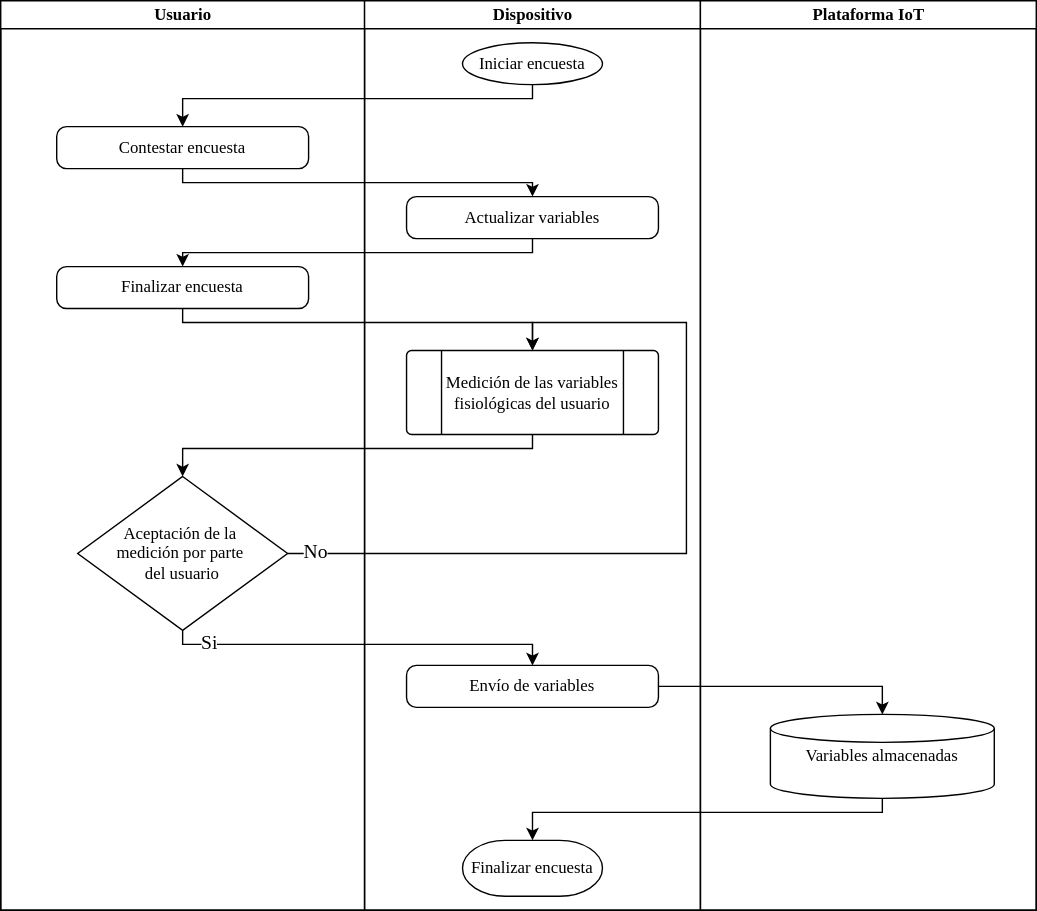
The draw.io diagram Imagenes/Iniciar_encuesta.svg in JulioLanda4/ComfortWearable, before a commit. Source tidied: cells renumbered, new cells last; positions are measured from the earlier drawing's top-left corner, leaving out a move shared by most shapes. The source it was exported from:
```xml
<mxGraphModel>
  <root>
    <mxCell id="0" />
    <mxCell id="1" parent="0" />
    <mxCell id="2" style="swimlane;startSize=0;html=1;" parent="1" vertex="1">
      <mxGeometry width="740" height="650" as="geometry" />
    </mxCell>
    <mxCell id="3" value="&lt;font face=&quot;calibri&quot;&gt;Usuario&lt;/font&gt;" style="swimlane;startSize=20;html=1;fontFamily=Calibri;fontSource=https%3A%2F%2Ffonts.googleapis.com%2Fcss%3Ffamily%3DCalibri;" parent="2" vertex="1">
      <mxGeometry width="260" height="650" as="geometry" />
    </mxCell>
    <mxCell id="4" value="&lt;font face=&quot;calibri&quot;&gt;Contestar encuesta&lt;span style=&quot;color: rgba(0, 0, 0, 0); font-size: 0px; text-align: start; text-wrap-mode: nowrap;&quot;&gt;%3CmxGraphModel%3E%3Croot%3E%3CmxCell%20id%3D%220%22%2F%3E%3CmxCell%20id%3D%221%22%20parent%3D%220%22%2F%3E%3CmxCell%20id%3D%222%22%20value%3D%22Click%20para%20iniciar%20encuesta%22%20style%3D%22rounded%3D1%3BwhiteSpace%3Dwrap%3Bhtml%3D1%3BabsoluteArcSize%3D1%3BarcSize%3D14%3BstrokeWidth%3D2%3B%22%20vertex%3D%221%22%20parent%3D%221%22%3E%3CmxGeometry%20x%3D%22110%22%20y%3D%22220%22%20width%3D%22200%22%20height%3D%2230%22%20as%3D%22geometry%22%2F%3E%3C%2FmxCell%3E%3C%2Froot%3E%3C%2FmxGraphModel%3E&lt;/span&gt;&lt;/font&gt;" style="rounded=1;whiteSpace=wrap;html=1;absoluteArcSize=1;arcSize=14;strokeWidth=1;" parent="3" vertex="1">
      <mxGeometry x="40" y="90" width="180" height="30" as="geometry" />
    </mxCell>
    <mxCell id="5" value="&lt;font face=&quot;calibri&quot;&gt;Finalizar encuesta&lt;/font&gt;" style="rounded=1;whiteSpace=wrap;html=1;absoluteArcSize=1;arcSize=14;strokeWidth=1;fontStyle=0;" parent="3" vertex="1">
      <mxGeometry x="40" y="190" width="180" height="30" as="geometry" />
    </mxCell>
    <mxCell id="6" value="&lt;font face=&quot;calibri&quot;&gt;Aceptación de la&amp;nbsp;&lt;/font&gt;&lt;div&gt;&lt;font face=&quot;calibri&quot;&gt;medición por parte&amp;nbsp;&lt;/font&gt;&lt;/div&gt;&lt;div&gt;&lt;font face=&quot;calibri&quot;&gt;del usuario&lt;/font&gt;&lt;/div&gt;" style="strokeWidth=1;html=1;shape=mxgraph.flowchart.decision;whiteSpace=wrap;" parent="3" vertex="1">
      <mxGeometry x="55" y="340" width="150" height="110" as="geometry" />
    </mxCell>
    <mxCell id="7" value="&lt;font face=&quot;calibri&quot;&gt;Dispositivo&lt;/font&gt;" style="swimlane;startSize=20;html=1;" parent="2" vertex="1">
      <mxGeometry x="260" width="240" height="650" as="geometry" />
    </mxCell>
    <mxCell id="8" value="Iniciar encuesta" style="strokeWidth=1;html=1;shape=mxgraph.flowchart.start_1;whiteSpace=wrap;fontFamily=calibri;fontSource=https%3A%2F%2Ffonts.googleapis.com%2Fcss%3Ffamily%3Dcalibri;" parent="7" vertex="1">
      <mxGeometry x="70" y="30" width="100" height="30" as="geometry" />
    </mxCell>
    <mxCell id="9" value="&lt;font face=&quot;calibri&quot;&gt;Medición de las variables fisiológicas del usuario&lt;/font&gt;" style="verticalLabelPosition=middle;verticalAlign=middle;html=1;shape=process;whiteSpace=wrap;rounded=1;size=0.14;arcSize=6;horizontal=1;align=center;labelPosition=center;strokeWidth=1;" parent="7" vertex="1">
      <mxGeometry x="30" y="250" width="180" height="60" as="geometry" />
    </mxCell>
    <mxCell id="10" value="&lt;font face=&quot;calibri&quot;&gt;Envío de variables&lt;/font&gt;" style="rounded=1;whiteSpace=wrap;html=1;absoluteArcSize=1;arcSize=14;strokeWidth=1;" parent="7" vertex="1">
      <mxGeometry x="30" y="475" width="180" height="30" as="geometry" />
    </mxCell>
    <mxCell id="11" value="&lt;font face=&quot;calibri&quot;&gt;Finalizar encuesta&lt;/font&gt;" style="strokeWidth=1;html=1;shape=mxgraph.flowchart.terminator;whiteSpace=wrap;" parent="7" vertex="1">
      <mxGeometry x="70" y="600" width="100" height="40" as="geometry" />
    </mxCell>
    <mxCell id="12" style="edgeStyle=orthogonalEdgeStyle;rounded=0;jettySize=auto;html=1;entryX=0.5;entryY=0;entryDx=0;entryDy=0;" parent="7" edge="1" target="9">
      <mxGeometry relative="1" as="geometry">
        <mxPoint x="-130" y="220" as="sourcePoint" />
        <Array as="points">
          <mxPoint x="-130" y="230" />
          <mxPoint x="120" y="230" />
        </Array>
      </mxGeometry>
    </mxCell>
    <mxCell id="13" value="No" style="edgeStyle=orthogonalEdgeStyle;rounded=0;jettySize=auto;html=1;fontFamily=calibri;fontSource=https%3A%2F%2Ffonts.googleapis.com%2Fcss%3Ffamily%3Dcalibri;fontSize=14;exitX=1;exitY=0.5;exitDx=0;exitDy=0;exitPerimeter=0;" parent="7" edge="1" source="6">
      <mxGeometry x="-0.93" relative="1" as="geometry">
        <mxPoint x="120" y="250" as="targetPoint" />
        <Array as="points">
          <mxPoint x="230" y="395" />
          <mxPoint x="230" y="230" />
          <mxPoint x="120" y="230" />
        </Array>
      </mxGeometry>
    </mxCell>
    <mxCell id="14" value="&lt;font face=&quot;calibri&quot;&gt;Actualizar variables&lt;/font&gt;" style="rounded=1;whiteSpace=wrap;html=1;absoluteArcSize=1;arcSize=14;strokeWidth=1;" parent="7" vertex="1">
      <mxGeometry x="30" y="140" width="180" height="30" as="geometry" />
    </mxCell>
    <mxCell id="15" value="&lt;font face=&quot;calibri&quot;&gt;Plataforma IoT&lt;/font&gt;" style="swimlane;startSize=20;html=1;" parent="2" vertex="1">
      <mxGeometry x="500" width="240" height="650" as="geometry" />
    </mxCell>
    <mxCell id="16" value="&lt;font face=&quot;calibri&quot;&gt;Variables almacenadas&lt;/font&gt;" style="strokeWidth=1;html=1;shape=mxgraph.flowchart.database;whiteSpace=wrap;" parent="15" vertex="1">
      <mxGeometry x="50" y="510" width="160" height="60" as="geometry" />
    </mxCell>
    <mxCell id="17" style="edgeStyle=orthogonalEdgeStyle;rounded=0;jettySize=auto;html=1;exitX=0.5;exitY=1;exitDx=0;exitDy=0;exitPerimeter=0;entryX=0.5;entryY=0;entryDx=0;entryDy=0;" parent="2" edge="1" source="8" target="4">
      <mxGeometry relative="1" as="geometry">
        <Array as="points">
          <mxPoint x="380" y="70" />
          <mxPoint x="130" y="70" />
        </Array>
      </mxGeometry>
    </mxCell>
    <mxCell id="18" style="edgeStyle=orthogonalEdgeStyle;rounded=0;jettySize=auto;html=1;exitX=0.5;exitY=1;exitDx=0;exitDy=0;entryX=0.5;entryY=0;entryDx=0;entryDy=0;entryPerimeter=0;" parent="2" edge="1" source="9" target="6">
      <mxGeometry relative="1" as="geometry">
        <Array as="points">
          <mxPoint x="380" y="320" />
          <mxPoint x="130" y="320" />
        </Array>
      </mxGeometry>
    </mxCell>
    <mxCell id="19" value="Si" style="edgeStyle=orthogonalEdgeStyle;rounded=0;jettySize=auto;html=1;exitX=0.5;exitY=1;exitDx=0;exitDy=0;exitPerimeter=0;entryX=0.5;entryY=0;entryDx=0;entryDy=0;fontFamily=calibri;fontSource=https%3A%2F%2Ffonts.googleapis.com%2Fcss%3Ffamily%3Dcalibri;fontSize=14;" parent="2" edge="1" source="6" target="10">
      <mxGeometry x="-0.79" relative="1" as="geometry">
        <Array as="points">
          <mxPoint x="130" y="460" />
          <mxPoint x="380" y="460" />
        </Array>
      </mxGeometry>
    </mxCell>
    <mxCell id="20" style="edgeStyle=orthogonalEdgeStyle;rounded=0;jettySize=auto;html=1;exitX=0.5;exitY=1;exitDx=0;exitDy=0;exitPerimeter=0;entryX=0.5;entryY=0;entryDx=0;entryDy=0;entryPerimeter=0;" parent="2" edge="1" source="16" target="11">
      <mxGeometry relative="1" as="geometry">
        <Array as="points">
          <mxPoint x="630" y="580" />
          <mxPoint x="380" y="580" />
        </Array>
      </mxGeometry>
    </mxCell>
    <mxCell id="21" style="edgeStyle=orthogonalEdgeStyle;rounded=0;jettySize=auto;html=1;entryX=0.5;entryY=0;entryDx=0;entryDy=0;entryPerimeter=0;" parent="2" edge="1" source="10" target="16">
      <mxGeometry relative="1" as="geometry">
        <Array as="points">
          <mxPoint x="630" y="490" />
        </Array>
      </mxGeometry>
    </mxCell>
    <mxCell id="22" style="edgeStyle=orthogonalEdgeStyle;rounded=0;jettySize=auto;html=1;entryX=0.5;entryY=0;entryDx=0;entryDy=0;" parent="2" edge="1" source="4" target="14">
      <mxGeometry relative="1" as="geometry">
        <Array as="points">
          <mxPoint x="130" y="130" />
          <mxPoint x="380" y="130" />
        </Array>
      </mxGeometry>
    </mxCell>
    <mxCell id="23" style="edgeStyle=orthogonalEdgeStyle;rounded=0;jettySize=auto;html=1;entryX=0.5;entryY=0;entryDx=0;entryDy=0;" parent="2" edge="1" source="14" target="5">
      <mxGeometry relative="1" as="geometry">
        <Array as="points">
          <mxPoint x="380" y="180" />
          <mxPoint x="130" y="180" />
        </Array>
      </mxGeometry>
    </mxCell>
  </root>
</mxGraphModel>
```
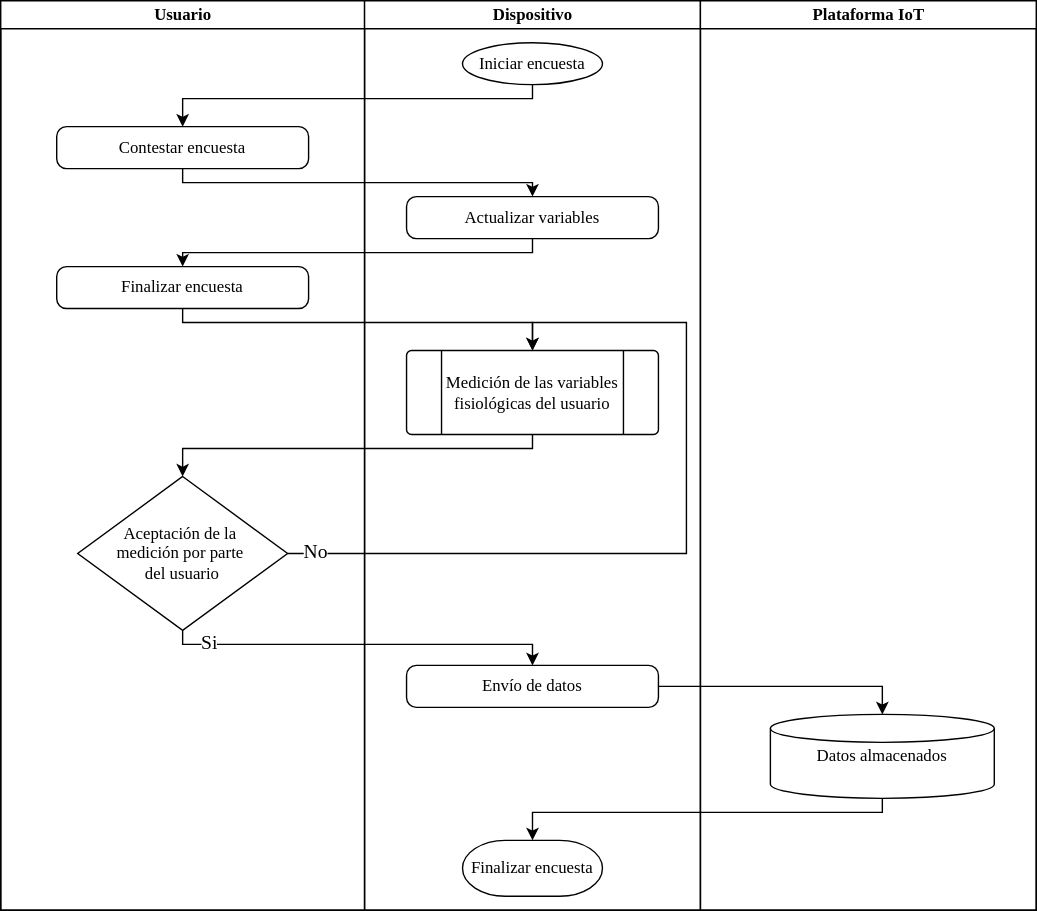
After the commit.

The edit, as a diff of the source:
```diff
@@ -26,7 +26,7 @@
     <mxCell id="9" value="&lt;font face=&quot;calibri&quot;&gt;Medición de las variables fisiológicas del usuario&lt;/font&gt;" style="verticalLabelPosition=middle;verticalAlign=middle;html=1;shape=process;whiteSpace=wrap;rounded=1;size=0.14;arcSize=6;horizontal=1;align=center;labelPosition=center;strokeWidth=1;" parent="7" vertex="1">
       <mxGeometry x="30" y="250" width="180" height="60" as="geometry" />
     </mxCell>
-    <mxCell id="10" value="&lt;font face=&quot;calibri&quot;&gt;Envío de variables&lt;/font&gt;" style="rounded=1;whiteSpace=wrap;html=1;absoluteArcSize=1;arcSize=14;strokeWidth=1;" parent="7" vertex="1">
+    <mxCell id="10" value="&lt;font face=&quot;calibri&quot;&gt;Envío de datos&lt;/font&gt;" style="rounded=1;whiteSpace=wrap;html=1;absoluteArcSize=1;arcSize=14;strokeWidth=1;" parent="7" vertex="1">
       <mxGeometry x="30" y="475" width="180" height="30" as="geometry" />
     </mxCell>
     <mxCell id="11" value="&lt;font face=&quot;calibri&quot;&gt;Finalizar encuesta&lt;/font&gt;" style="strokeWidth=1;html=1;shape=mxgraph.flowchart.terminator;whiteSpace=wrap;" parent="7" vertex="1">
@@ -57,7 +57,7 @@
     <mxCell id="15" value="&lt;font face=&quot;calibri&quot;&gt;Plataforma IoT&lt;/font&gt;" style="swimlane;startSize=20;html=1;" parent="2" vertex="1">
       <mxGeometry x="500" width="240" height="650" as="geometry" />
     </mxCell>
-    <mxCell id="16" value="&lt;font face=&quot;calibri&quot;&gt;Variables almacenadas&lt;/font&gt;" style="strokeWidth=1;html=1;shape=mxgraph.flowchart.database;whiteSpace=wrap;" parent="15" vertex="1">
+    <mxCell id="16" value="&lt;font face=&quot;calibri&quot;&gt;Datos almacenados&lt;/font&gt;" style="strokeWidth=1;html=1;shape=mxgraph.flowchart.database;whiteSpace=wrap;" parent="15" vertex="1">
       <mxGeometry x="50" y="510" width="160" height="60" as="geometry" />
     </mxCell>
     <mxCell id="17" style="edgeStyle=orthogonalEdgeStyle;rounded=0;jettySize=auto;html=1;exitX=0.5;exitY=1;exitDx=0;exitDy=0;exitPerimeter=0;entryX=0.5;entryY=0;entryDx=0;entryDy=0;" parent="2" edge="1" source="8" target="4">
```
